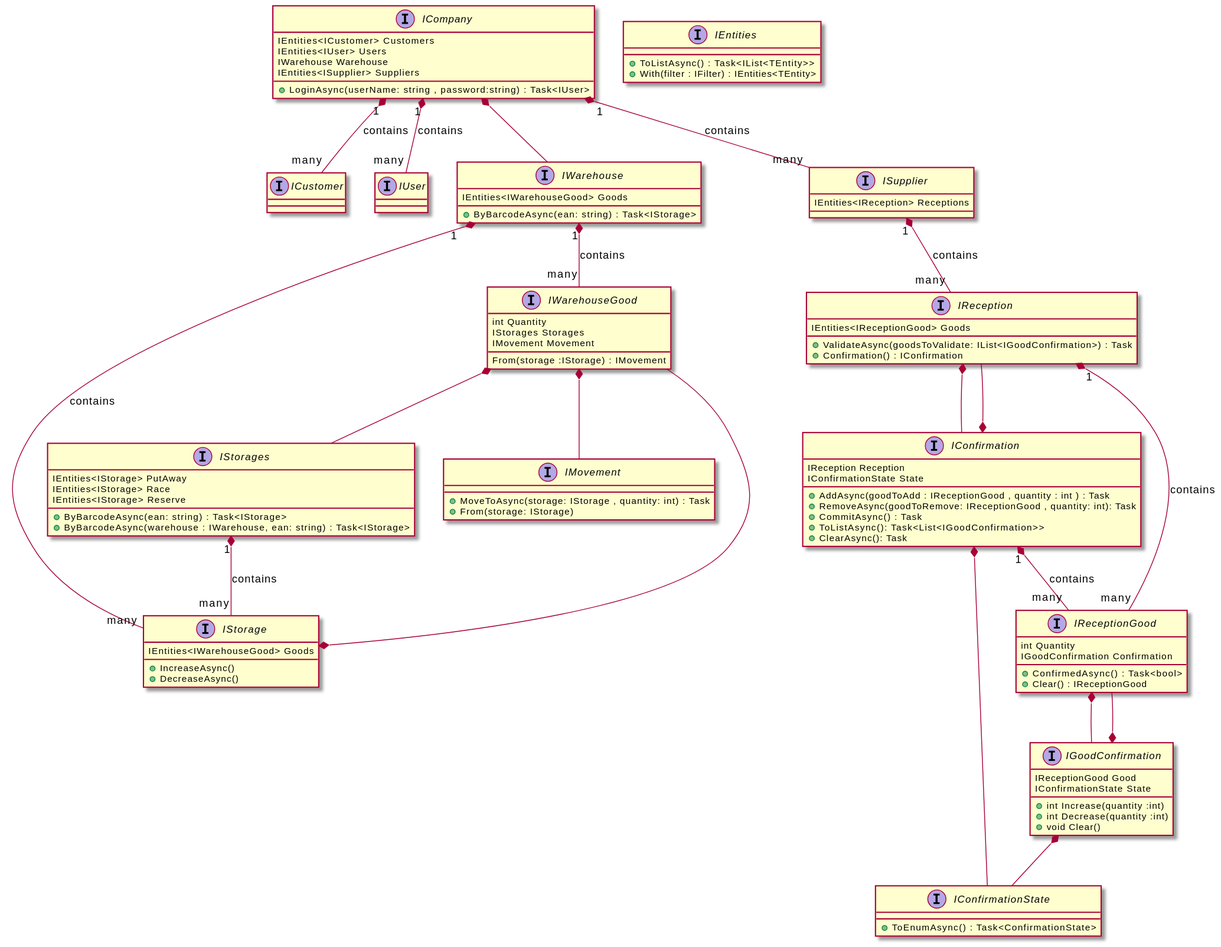
souly84/Warehouse.Core keeps this PlantUML diagram as docs/warehouse.uml.svg. Above is the earlier version.
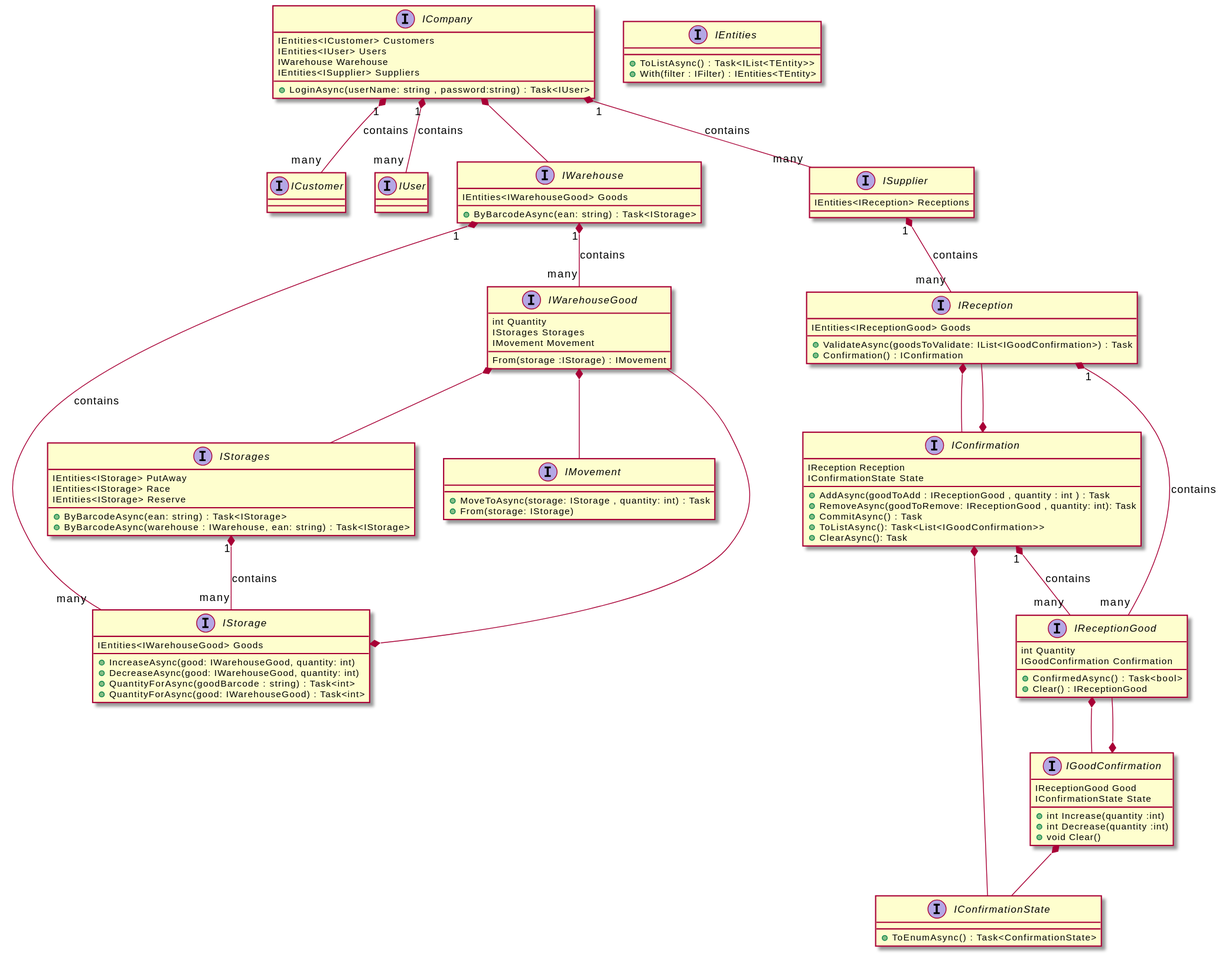
After the commit.

Diff of the diagram source:
```diff
@@ -86,8 +86,10 @@
 {
   IEntities<IWarehouseGood> Goods
 
-  +IncreaseAsync()
-  +DecreaseAsync()
+  +IncreaseAsync(good: IWarehouseGood, quantity: int)
+  +DecreaseAsync(good: IWarehouseGood, quantity: int)
+  +QuantityForAsync(goodBarcode : string) : Task<int>
+  +QuantityForAsync(good: IWarehouseGood) : Task<int>
 }
 interface     IMovement
 {
```
